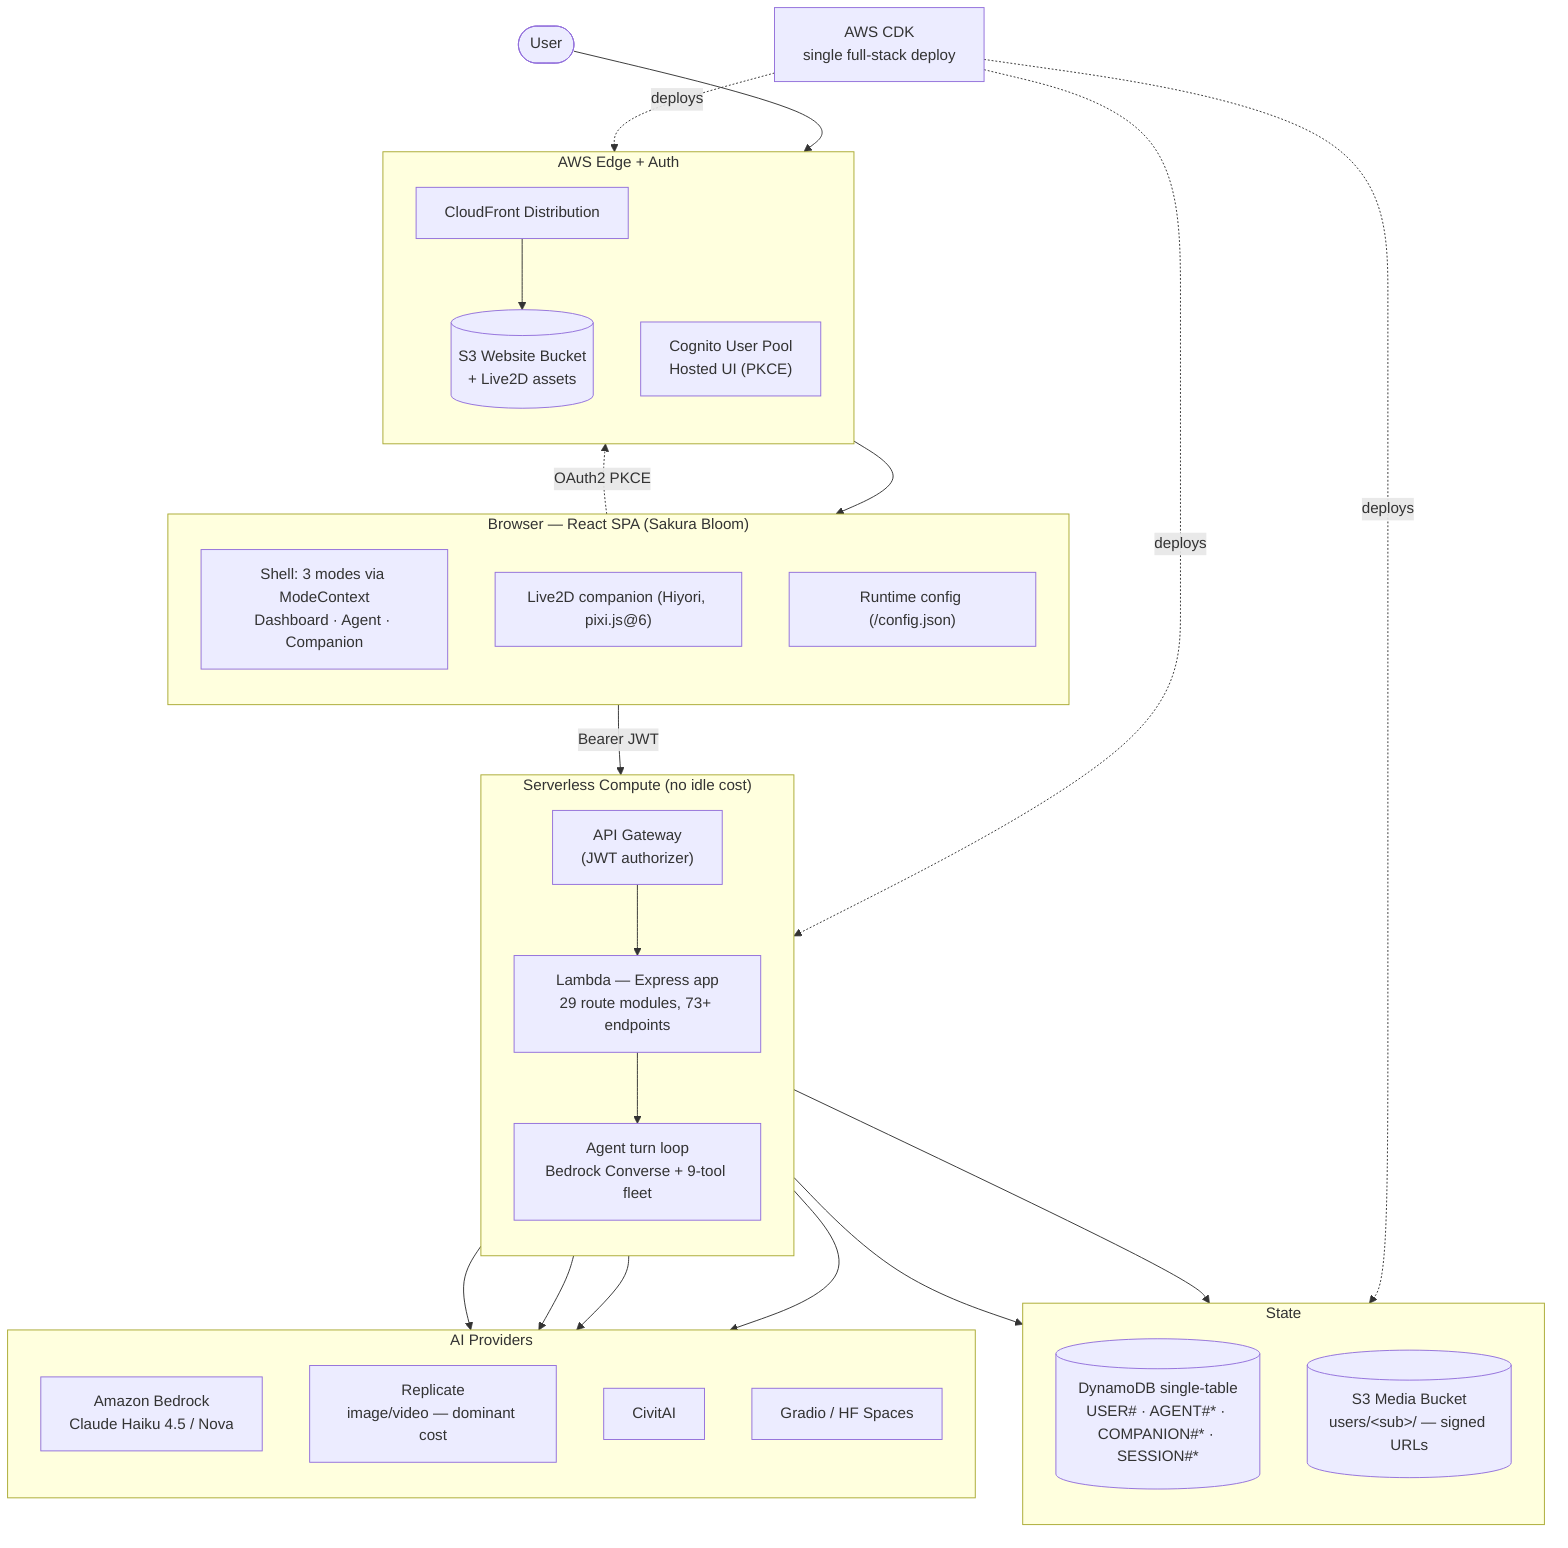
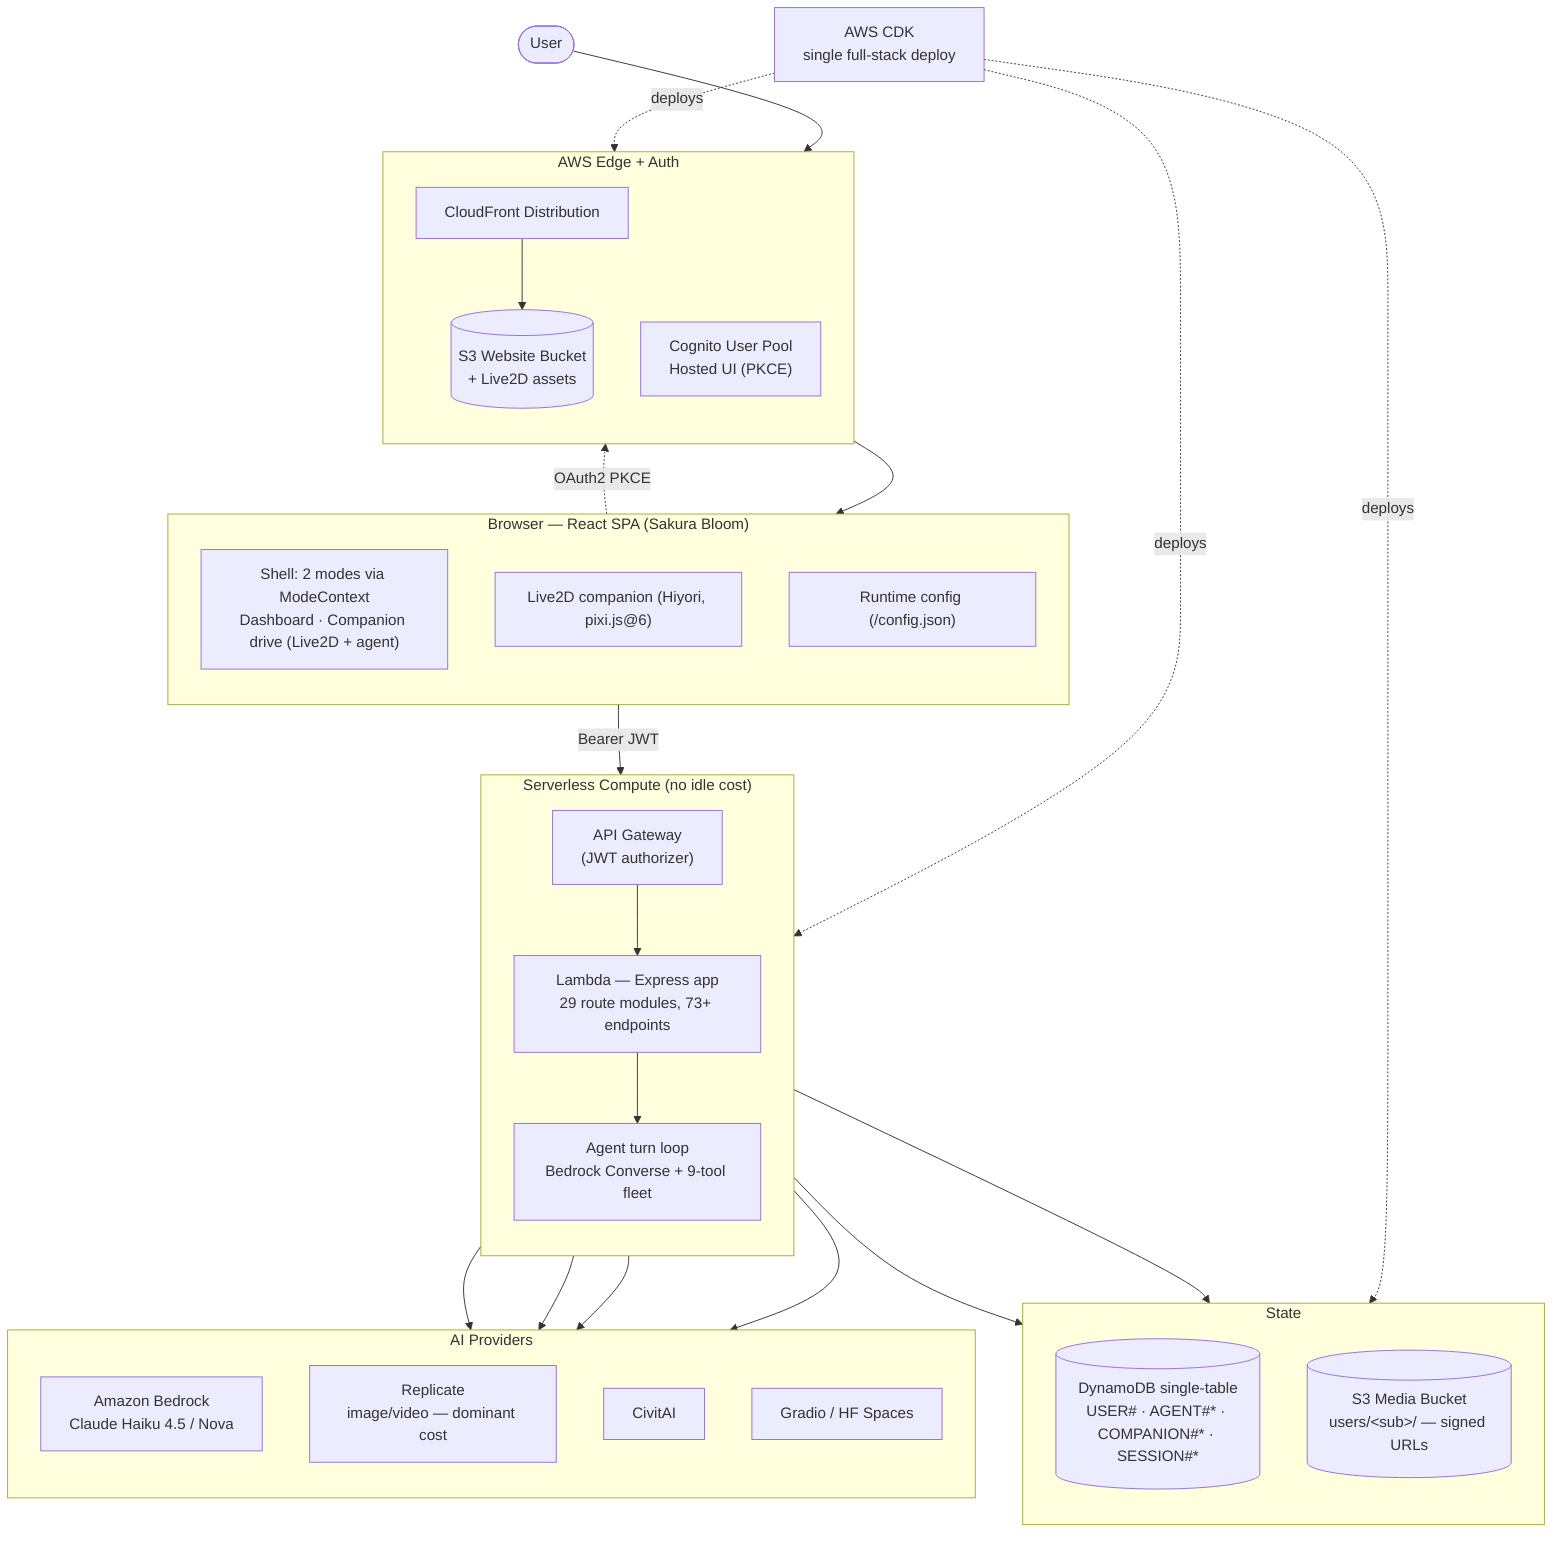
%% Whisk Studio — system & deployment diagram
%% Source of truth for docs/architecture-current.svg|png (rendered via mermaid-cli).
%% Render: see scripts/render-diagrams.sh
flowchart TB
  USER([User])

  subgraph CLIENT["Browser — React SPA (Sakura Bloom)"]
    direction TB
-     SHELL["Shell: 3 modes via ModeContext<br/>Dashboard · Agent · Companion"]
+     SHELL["Shell: 2 modes via ModeContext<br/>Dashboard · Companion drive (Live2D + agent)"]
    LIVE2D["Live2D companion (Hiyori, pixi.js@6)"]
    CFGJS["Runtime config (/config.json)"]
  end

  subgraph EDGE["AWS Edge + Auth"]
    direction TB
    CF["CloudFront Distribution"]
    WEBS3[("S3 Website Bucket<br/>+ Live2D assets")]
    COG["Cognito User Pool<br/>Hosted UI (PKCE)"]
  end

  subgraph COMPUTE["Serverless Compute (no idle cost)"]
    direction TB
    APIGW["API Gateway<br/>(JWT authorizer)"]
    LAMBDA["Lambda — Express app<br/>29 route modules, 73+ endpoints"]
    AGENT["Agent turn loop<br/>Bedrock Converse + 9-tool fleet"]
  end

  subgraph DATA["State"]
    direction TB
    DDB[("DynamoDB single-table<br/>USER# · AGENT#* · COMPANION#* · SESSION#*")]
    MEDIAS3[("S3 Media Bucket<br/>users/&lt;sub&gt;/ — signed URLs")]
  end

  subgraph AI["AI Providers"]
    direction TB
    BEDROCK["Amazon Bedrock<br/>Claude Haiku 4.5 / Nova"]
    REPLICATE["Replicate<br/>image/video — dominant cost"]
    CIVITAI["CivitAI"]
    GRADIO["Gradio / HF Spaces"]
  end

  CDK["AWS CDK<br/>single full-stack deploy"]

  USER --> CF
  CF --> WEBS3
  WEBS3 --> SHELL
  SHELL -. "OAuth2 PKCE" .-> COG
  SHELL -- "Bearer JWT" --> APIGW
  APIGW --> LAMBDA
  LAMBDA --> AGENT
  LAMBDA --> DDB
  LAMBDA --> MEDIAS3
  AGENT --> BEDROCK
  LAMBDA --> REPLICATE
  LAMBDA --> CIVITAI
  LAMBDA --> GRADIO

  CDK -. "deploys" .-> EDGE
  CDK -. "deploys" .-> COMPUTE
  CDK -. "deploys" .-> DATA
